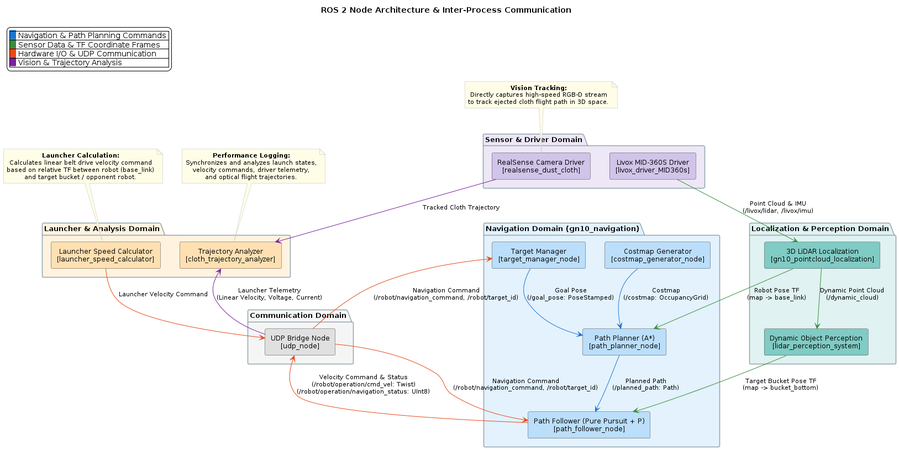
The PlantUML diagram automation/ros2 node diagram.png in tmcit-ararobo-2026a/system-design, before a commit.
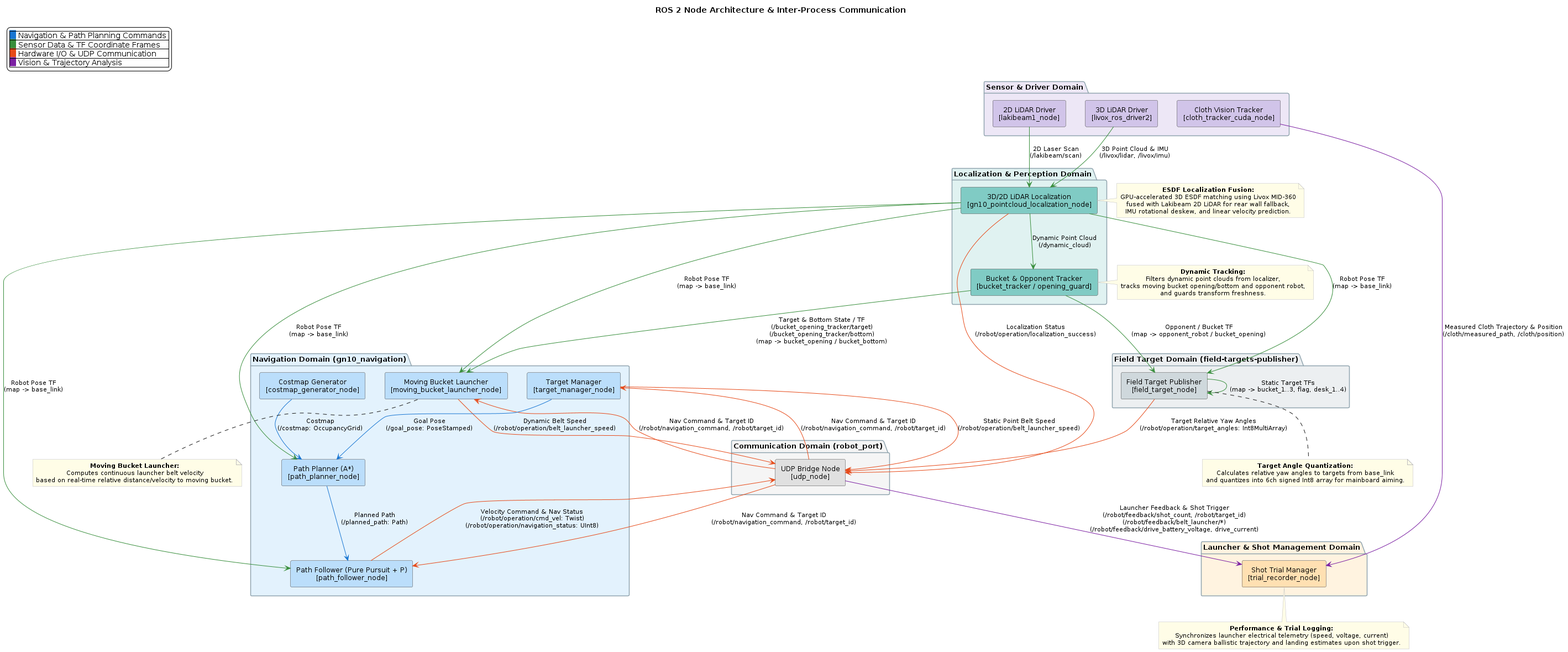
The same diagram one commit later.

Commit message:
docs: update ROS2 nodes diagram

Change to the diagram source:
```diff
@@ -6,7 +6,7 @@
 skinparam backgroundColor #FFFFFF
 skinparam defaultTextAlignment center
 skinparam shadowing false
-scale max 4000*2500
+scale max 4500*3000
 
 skinparam component {
   BackgroundColor #F8F9FA
@@ -34,13 +34,18 @@
 endlegend
 
 package "Sensor & Driver Domain" #EDE7F6 {
-  component "Livox MID-360S Driver\n[livox_driver_MID360s]" as Livox #D1C4E9
-  component "RealSense Camera Driver\n[realsense_dust_cloth]" as RealSense #D1C4E9
+  component "3D LiDAR Driver\n[livox_ros_driver2]" as Livox #D1C4E9
+  component "2D LiDAR Driver\n[lakibeam1_node]" as Lakibeam #D1C4E9
+  component "Cloth Vision Tracker\n[cloth_tracker_cuda_node]" as RealSense #D1C4E9
 }
 
 package "Localization & Perception Domain" #E0F2F1 {
-  component "3D LiDAR Localization\n[gn10_pointcloud_localization]" as Localizer #80CBC4
-  component "Dynamic Object Perception\n[lidar_perception_system]" as Perception #80CBC4
+  component "3D/2D LiDAR Localization\n[gn10_pointcloud_localization_node]" as Localizer #80CBC4
+  component "Bucket & Opponent Tracker\n[bucket_tracker / opening_guard]" as Perception #80CBC4
+}
+
+package "Field Target Domain (field-targets-publisher)" #ECEFF1 {
+  component "Field Target Publisher\n[field_target_node]" as FieldTarget #CFD8DC
 }
 
 package "Navigation Domain (gn10_navigation)" #E3F2FD {
@@ -48,52 +53,77 @@
   component "Costmap Generator\n[costmap_generator_node]" as CostmapGen #BBDEFB
   component "Path Planner (A*)\n[path_planner_node]" as Planner #BBDEFB
   component "Path Follower (Pure Pursuit + P)\n[path_follower_node]" as Follower #BBDEFB
+  component "Moving Bucket Launcher\n[moving_bucket_launcher_node]" as MovingLauncher #BBDEFB
 }
 
-package "Launcher & Analysis Domain" #FFF3E0 {
-  component "Launcher Speed Calculator\n[launcher_speed_calculator]" as LauncherCalc #FFE0B2
-  component "Trajectory Analyzer\n[cloth_trajectory_analyzer]" as ClothAnalyzer #FFE0B2
+package "Launcher & Shot Management Domain" #FFF3E0 {
+  component "Shot Trial Manager\n[trial_recorder_node]" as ShotMgr #FFE0B2
 }
 
-package "Communication Domain" #F5F5F5 {
+package "Communication Domain (robot_port)" #F5F5F5 {
   component "UDP Bridge Node\n[udp_node]" as UDP #E0E0E0
 }
 
-Livox -[#388E3C]-> Localizer : Point Cloud & IMU\n(/livox/lidar, /livox/imu)
+Livox -[#388E3C]-> Localizer : 3D Point Cloud & IMU\n(/livox/lidar, /livox/imu)
+Lakibeam -[#388E3C]-> Localizer : 2D Laser Scan\n(/lakibeam/scan)
+Localizer -[#388E3C]-> Perception : Dynamic Point Cloud\n(/dynamic_cloud)
 Localizer -[#388E3C]-> Planner : Robot Pose TF\n(map -> base_link)
-Localizer -[#388E3C]-> Perception : Dynamic Point Cloud\n(/dynamic_cloud)
-Perception -[#388E3C]-> Follower : Target Bucket Pose TF\n(map -> bucket_bottom)
+Localizer -[#388E3C]-> Follower : Robot Pose TF\n(map -> base_link)
+Localizer -[#388E3C]-> FieldTarget : Robot Pose TF\n(map -> base_link)
+Localizer -[#388E3C]-> MovingLauncher : Robot Pose TF\n(map -> base_link)
+Localizer -[#E64A19]-> UDP : Localization Status\n(/robot/operation/localization_success)
 
-UDP -[#E64A19]-> TargetMgr : Navigation Command\n(/robot/navigation_command, /robot/target_id)
-UDP -[#E64A19]-> Follower : Navigation Command\n(/robot/navigation_command, /robot/target_id)
+Perception -[#388E3C]-> MovingLauncher : Target & Bottom State / TF\n(/bucket_opening_tracker/target)\n(/bucket_opening_tracker/bottom)\n(map -> bucket_opening / bucket_bottom)
+Perception -[#388E3C]-> FieldTarget : Opponent / Bucket TF\n(map -> opponent_robot / bucket_opening)
+FieldTarget -[#388E3C]-> FieldTarget : Static Target TFs\n(map -> bucket_1..3, flag, desk_1..4)
+FieldTarget -[#E64A19]-> UDP : Target Relative Yaw Angles\n(/robot/operation/target_angles: Int8MultiArray)
+
+UDP -[#E64A19]-> TargetMgr : Nav Command & Target ID\n(/robot/navigation_command, /robot/target_id)
+UDP -[#E64A19]-> Follower : Nav Command & Target ID\n(/robot/navigation_command, /robot/target_id)
+UDP -[#E64A19]-> MovingLauncher : Nav Command & Target ID\n(/robot/navigation_command, /robot/target_id)
+
 TargetMgr -[#1976D2]-> Planner : Goal Pose\n(/goal_pose: PoseStamped)
+TargetMgr -[#E64A19]-> UDP : Static Point Belt Speed\n(/robot/operation/belt_launcher_speed)
+MovingLauncher -[#E64A19]-> UDP : Dynamic Belt Speed\n(/robot/operation/belt_launcher_speed)
+
 CostmapGen -[#1976D2]-> Planner : Costmap\n(/costmap: OccupancyGrid)
+Planner -[#1976D2]-> Follower : Planned Path\n(/planned_path: Path)
 
-Planner -[#1976D2]-> Follower : Planned Path\n(/planned_path: Path)
-Follower -[#E64A19]-> UDP : Velocity Command & Status\n(/robot/operation/cmd_vel: Twist)\n(/robot/operation/navigation_status: UInt8)
+Follower -[#E64A19]-> UDP : Velocity Command & Nav Status\n(/robot/operation/cmd_vel: Twist)\n(/robot/operation/navigation_status: UInt8)
 
-RealSense -[#7B1FA2]-> ClothAnalyzer : Tracked Cloth Trajectory
-UDP -[#7B1FA2]-> ClothAnalyzer : Launcher Telemetry\n(Linear Velocity, Voltage, Current)
-LauncherCalc -[#E64A19]-> UDP : Launcher Velocity Command
+RealSense -[#7B1FA2]-> ShotMgr : Measured Cloth Trajectory & Position\n(/cloth/measured_path, /cloth/position)
+UDP -[#7B1FA2]-> ShotMgr : Launcher Feedback & Shot Trigger\n(/robot/feedback/shot_count, /robot/target_id)\n(/robot/feedback/belt_launcher/*)\n(/robot/feedback/drive_battery_voltage, drive_current)
 
-note top of LauncherCalc
-  <b>Launcher Calculation:</b>
-  Calculates linear belt drive velocity command
-  based on relative TF between robot (base_link)
-  and target bucket / opponent robot.
+note right of Localizer
+  <b>ESDF Localization Fusion:</b>
+  GPU-accelerated 3D ESDF matching using Livox MID-360
+  fused with Lakibeam 2D LiDAR for rear wall fallback,
+  IMU rotational deskew, and linear velocity prediction.
 end note
 
-note top of RealSense
-  <b>Vision Tracking:</b>
-  Directly captures high-speed RGB-D stream
-  to track ejected cloth flight path in 3D space.
+note right of Perception
+  <b>Dynamic Tracking:</b>
+  Filters dynamic point clouds from localizer,
+  tracks moving bucket opening/bottom and opponent robot,
+  and guards transform freshness.
 end note
 
-note top of ClothAnalyzer
-  <b>Performance Logging:</b>
-  Synchronizes and analyzes launch states,
-  velocity commands, driver telemetry,
-  and optical flight trajectories.
+note bottom of FieldTarget
+  <b>Target Angle Quantization:</b>
+  Calculates relative yaw angles to targets from base_link
+  and quantizes into 6ch signed Int8 array for mainboard aiming.
+end note
+
+note bottom of MovingLauncher
+  <b>Moving Bucket Launcher:</b>
+  Computes continuous launcher belt velocity
+  based on real-time relative distance/velocity to moving bucket.
+end note
+
+note bottom of ShotMgr
+  <b>Performance & Trial Logging:</b>
+  Synchronizes launcher electrical telemetry (speed, voltage, current)
+  with 3D camera ballistic trajectory and landing estimates upon shot trigger.
 end note
 
 @enduml
```
